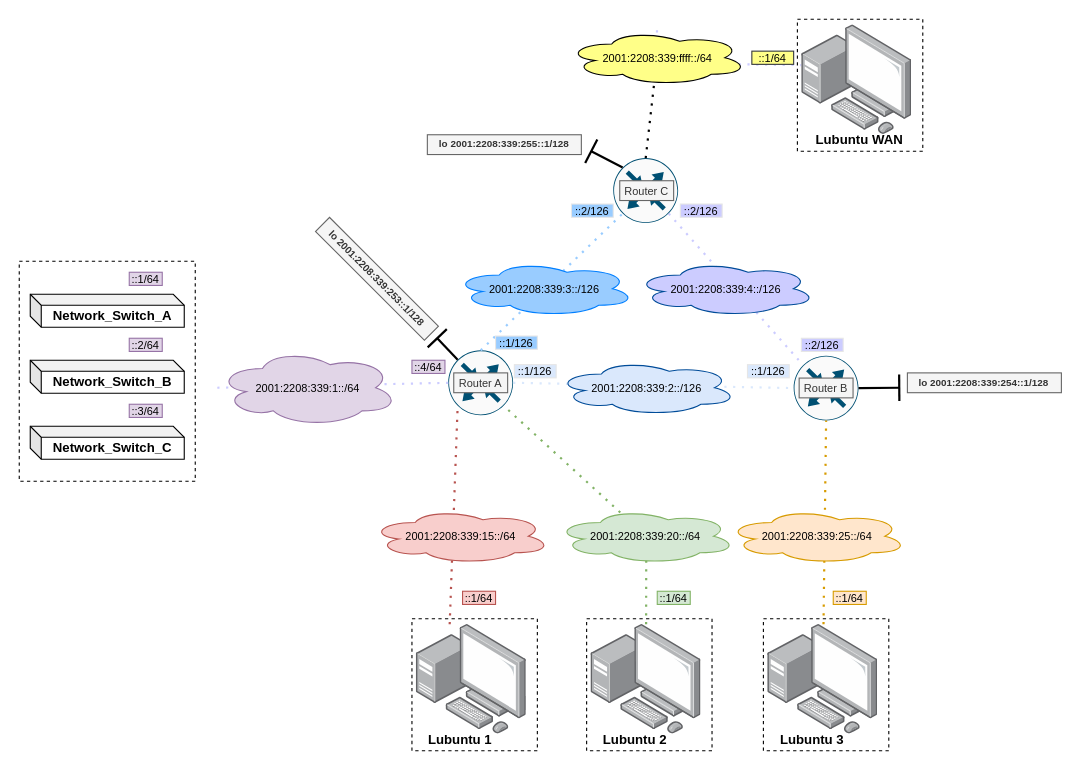
Kjersheim/DataNetworksIntro2023 keeps this draw.io diagram as page "Page-6" (4 of 4) of documentation/E16/E16NetworkCharts.drawio. Above is the earlier version. Source tidied: cells renumbered, new cells numbered last; positions are measured from the earlier drawing's top-left corner, leaving out a move shared by most shapes. Both pictures are drawn from the tidied source at 110%, with x=0, y=0 at pixel (19, 19).
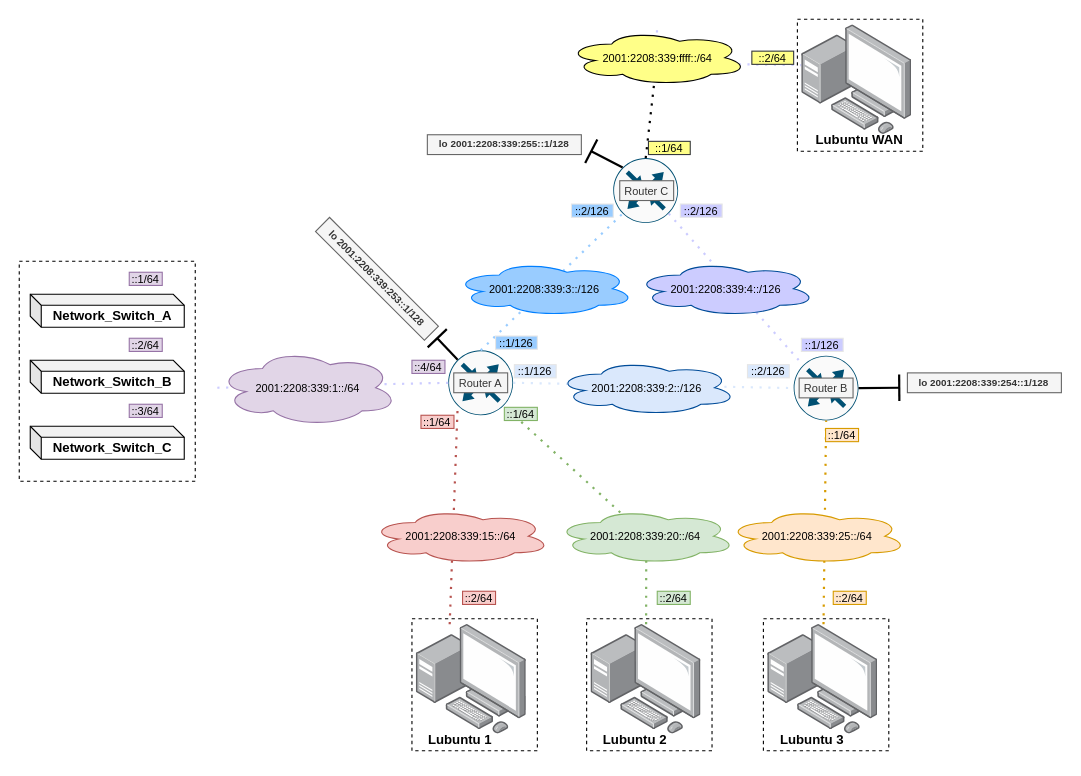
The same page after the edit.

The edit, as a diff of the source:
```diff
@@
-    <mxCell id="24" value="&lt;span style=&quot;color: rgb(0, 0, 0); font-family: Helvetica; font-size: 10px; font-style: normal; font-variant-ligatures: normal; font-variant-caps: normal; font-weight: 400; letter-spacing: normal; orphans: 2; text-indent: 0px; text-transform: none; widows: 2; word-spacing: 0px; -webkit-text-stroke-width: 0px; text-decoration-thickness: initial; text-decoration-style: initial; text-decoration-color: initial; float: none; display: inline !important;&quot;&gt;::1/64&lt;/span&gt;" style="text;whiteSpace=wrap;html=1;fontSize=10;fillColor=#f8cecc;strokeColor=#b85450;fillStyle=solid;verticalAlign=middle;align=center;" parent="1" vertex="1">
+    <mxCell id="24" value="&lt;span style=&quot;color: rgb(0, 0, 0); font-family: Helvetica; font-size: 10px; font-style: normal; font-variant-ligatures: normal; font-variant-caps: normal; font-weight: 400; letter-spacing: normal; orphans: 2; text-indent: 0px; text-transform: none; widows: 2; word-spacing: 0px; -webkit-text-stroke-width: 0px; text-decoration-thickness: initial; text-decoration-style: initial; text-decoration-color: initial; float: none; display: inline !important;&quot;&gt;::2/64&lt;/span&gt;" style="text;whiteSpace=wrap;html=1;fontSize=10;fillColor=#f8cecc;strokeColor=#b85450;fillStyle=solid;verticalAlign=middle;align=center;" parent="1" vertex="1">
       <mxGeometry x="403" y="520" width="30" height="12" as="geometry" />
     </mxCell>
@@
-    <mxCell id="42" value="&lt;span style=&quot;color: rgb(0, 0, 0); font-family: Helvetica; font-size: 10px; font-style: normal; font-variant-ligatures: normal; font-variant-caps: normal; font-weight: 400; letter-spacing: normal; orphans: 2; text-indent: 0px; text-transform: none; widows: 2; word-spacing: 0px; -webkit-text-stroke-width: 0px; text-decoration-thickness: initial; text-decoration-style: initial; text-decoration-color: initial; float: none; display: inline !important;&quot;&gt;::1/64&lt;/span&gt;" style="text;whiteSpace=wrap;html=1;fontSize=10;fillColor=#d5e8d4;strokeColor=#82b366;fillStyle=solid;verticalAlign=middle;align=center;" parent="1" vertex="1">
+    <mxCell id="42" value="&lt;span style=&quot;color: rgb(0, 0, 0); font-family: Helvetica; font-size: 10px; font-style: normal; font-variant-ligatures: normal; font-variant-caps: normal; font-weight: 400; letter-spacing: normal; orphans: 2; text-indent: 0px; text-transform: none; widows: 2; word-spacing: 0px; -webkit-text-stroke-width: 0px; text-decoration-thickness: initial; text-decoration-style: initial; text-decoration-color: initial; float: none; display: inline !important;&quot;&gt;::2/64&lt;/span&gt;" style="text;whiteSpace=wrap;html=1;fontSize=10;fillColor=#d5e8d4;strokeColor=#82b366;fillStyle=solid;verticalAlign=middle;align=center;" parent="1" vertex="1">
       <mxGeometry x="580" y="520" width="30" height="12" as="geometry" />
     </mxCell>
-    <mxCell id="43" value="&lt;span style=&quot;color: rgb(0, 0, 0); font-family: Helvetica; font-size: 10px; font-style: normal; font-variant-ligatures: normal; font-variant-caps: normal; font-weight: 400; letter-spacing: normal; orphans: 2; text-indent: 0px; text-transform: none; widows: 2; word-spacing: 0px; -webkit-text-stroke-width: 0px; text-decoration-thickness: initial; text-decoration-style: initial; text-decoration-color: initial; float: none; display: inline !important;&quot;&gt;::1/64&lt;/span&gt;" style="text;whiteSpace=wrap;html=1;fontSize=10;fillColor=#ffe6cc;strokeColor=#d79b00;fillStyle=solid;verticalAlign=middle;align=center;" parent="1" vertex="1">
+    <mxCell id="43" value="&lt;span style=&quot;color: rgb(0, 0, 0); font-family: Helvetica; font-size: 10px; font-style: normal; font-variant-ligatures: normal; font-variant-caps: normal; font-weight: 400; letter-spacing: normal; orphans: 2; text-indent: 0px; text-transform: none; widows: 2; word-spacing: 0px; -webkit-text-stroke-width: 0px; text-decoration-thickness: initial; text-decoration-style: initial; text-decoration-color: initial; float: none; display: inline !important;&quot;&gt;::2/64&lt;/span&gt;" style="text;whiteSpace=wrap;html=1;fontSize=10;fillColor=#ffe6cc;strokeColor=#d79b00;fillStyle=solid;verticalAlign=middle;align=center;" parent="1" vertex="1">
       <mxGeometry x="740" y="520" width="30" height="12" as="geometry" />
     </mxCell>
@@
-    <mxCell id="46" value="&lt;span style=&quot;color: rgb(0, 0, 0); font-family: Helvetica; font-size: 10px; font-style: normal; font-variant-ligatures: normal; font-variant-caps: normal; font-weight: 400; letter-spacing: normal; orphans: 2; text-indent: 0px; text-transform: none; widows: 2; word-spacing: 0px; -webkit-text-stroke-width: 0px; text-decoration-thickness: initial; text-decoration-style: initial; text-decoration-color: initial; float: none; display: inline !important;&quot;&gt;::2/126&lt;/span&gt;" style="text;whiteSpace=wrap;html=1;fontSize=10;fillColor=#CCCCFF;verticalAlign=middle;align=center;strokeColor=#E6E6E6;" parent="1" vertex="1">
+    <mxCell id="46" value="&lt;span style=&quot;color: rgb(0, 0, 0); font-family: Helvetica; font-size: 10px; font-style: normal; font-variant-ligatures: normal; font-variant-caps: normal; font-weight: 400; letter-spacing: normal; orphans: 2; text-indent: 0px; text-transform: none; widows: 2; word-spacing: 0px; -webkit-text-stroke-width: 0px; text-decoration-thickness: initial; text-decoration-style: initial; text-decoration-color: initial; float: none; display: inline !important;&quot;&gt;::1/126&lt;/span&gt;" style="text;whiteSpace=wrap;html=1;fontSize=10;fillColor=#CCCCFF;verticalAlign=middle;align=center;strokeColor=#E6E6E6;" parent="1" vertex="1">
       <mxGeometry x="711" y="290" width="38" height="12" as="geometry" />
     </mxCell>
@@
-    <mxCell id="48" value="&lt;span style=&quot;color: rgb(0, 0, 0); font-family: Helvetica; font-size: 10px; font-style: normal; font-variant-ligatures: normal; font-variant-caps: normal; font-weight: 400; letter-spacing: normal; orphans: 2; text-indent: 0px; text-transform: none; widows: 2; word-spacing: 0px; -webkit-text-stroke-width: 0px; text-decoration-thickness: initial; text-decoration-style: initial; text-decoration-color: initial; float: none; display: inline !important;&quot;&gt;::1/126&lt;/span&gt;" style="text;whiteSpace=wrap;html=1;fontSize=10;fillColor=#DAE8FC;align=center;verticalAlign=middle;strokeColor=#E6E6E6;" parent="1" vertex="1">
+    <mxCell id="48" value="&lt;span style=&quot;color: rgb(0, 0, 0); font-family: Helvetica; font-size: 10px; font-style: normal; font-variant-ligatures: normal; font-variant-caps: normal; font-weight: 400; letter-spacing: normal; orphans: 2; text-indent: 0px; text-transform: none; widows: 2; word-spacing: 0px; -webkit-text-stroke-width: 0px; text-decoration-thickness: initial; text-decoration-style: initial; text-decoration-color: initial; float: none; display: inline !important;&quot;&gt;::2/126&lt;/span&gt;" style="text;whiteSpace=wrap;html=1;fontSize=10;fillColor=#DAE8FC;align=center;verticalAlign=middle;strokeColor=#E6E6E6;" parent="1" vertex="1">
       <mxGeometry x="662" y="314" width="38" height="12" as="geometry" />
     </mxCell>
@@
-    <mxCell id="58" value="&lt;span style=&quot;color: rgb(0, 0, 0); font-family: Helvetica; font-size: 10px; font-style: normal; font-variant-ligatures: normal; font-variant-caps: normal; font-weight: 400; letter-spacing: normal; orphans: 2; text-indent: 0px; text-transform: none; widows: 2; word-spacing: 0px; -webkit-text-stroke-width: 0px; text-decoration-thickness: initial; text-decoration-style: initial; text-decoration-color: initial; float: none; display: inline !important;&quot;&gt;::1/64&lt;/span&gt;" style="text;whiteSpace=wrap;html=1;fontSize=10;fillColor=#ffff88;verticalAlign=middle;align=center;strokeColor=#36393d;" parent="1" vertex="1">
+    <mxCell id="58" value="&lt;span style=&quot;color: rgb(0, 0, 0); font-family: Helvetica; font-size: 10px; font-style: normal; font-variant-ligatures: normal; font-variant-caps: normal; font-weight: 400; letter-spacing: normal; orphans: 2; text-indent: 0px; text-transform: none; widows: 2; word-spacing: 0px; -webkit-text-stroke-width: 0px; text-decoration-thickness: initial; text-decoration-style: initial; text-decoration-color: initial; float: none; display: inline !important;&quot;&gt;::2/64&lt;/span&gt;" style="text;whiteSpace=wrap;html=1;fontSize=10;fillColor=#ffff88;verticalAlign=middle;align=center;strokeColor=#36393d;" parent="1" vertex="1">
       <mxGeometry x="666" y="29" width="38" height="12" as="geometry" />
     </mxCell>
@@
+    <mxCell id="61" value="&lt;span style=&quot;color: rgb(0, 0, 0); font-family: Helvetica; font-size: 10px; font-style: normal; font-variant-ligatures: normal; font-variant-caps: normal; font-weight: 400; letter-spacing: normal; orphans: 2; text-indent: 0px; text-transform: none; widows: 2; word-spacing: 0px; -webkit-text-stroke-width: 0px; text-decoration-thickness: initial; text-decoration-style: initial; text-decoration-color: initial; float: none; display: inline !important;&quot;&gt;::1/64&lt;/span&gt;" style="text;whiteSpace=wrap;html=1;fontSize=10;fillColor=#ffff88;verticalAlign=middle;align=center;strokeColor=#36393d;" parent="1" vertex="1">
+      <mxGeometry x="572" y="111" width="38" height="12" as="geometry" />
+    </mxCell>
+    <mxCell id="62" value="&lt;span style=&quot;color: rgb(0, 0, 0); font-family: Helvetica; font-size: 10px; font-style: normal; font-variant-ligatures: normal; font-variant-caps: normal; font-weight: 400; letter-spacing: normal; orphans: 2; text-indent: 0px; text-transform: none; widows: 2; word-spacing: 0px; -webkit-text-stroke-width: 0px; text-decoration-thickness: initial; text-decoration-style: initial; text-decoration-color: initial; float: none; display: inline !important;&quot;&gt;::1/64&lt;/span&gt;" style="text;whiteSpace=wrap;html=1;fontSize=10;fillColor=#d5e8d4;strokeColor=#82b366;fillStyle=solid;verticalAlign=middle;align=center;" parent="1" vertex="1">
+      <mxGeometry x="441" y="352.8" width="30" height="12" as="geometry" />
+    </mxCell>
+    <mxCell id="63" value="&lt;span style=&quot;color: rgb(0, 0, 0); font-family: Helvetica; font-size: 10px; font-style: normal; font-variant-ligatures: normal; font-variant-caps: normal; font-weight: 400; letter-spacing: normal; orphans: 2; text-indent: 0px; text-transform: none; widows: 2; word-spacing: 0px; -webkit-text-stroke-width: 0px; text-decoration-thickness: initial; text-decoration-style: initial; text-decoration-color: initial; float: none; display: inline !important;&quot;&gt;::1/64&lt;/span&gt;" style="text;whiteSpace=wrap;html=1;fontSize=10;fillColor=#f8cecc;strokeColor=#b85450;fillStyle=solid;verticalAlign=middle;align=center;" parent="1" vertex="1">
+      <mxGeometry x="365.2" y="360" width="30" height="12" as="geometry" />
+    </mxCell>
+    <mxCell id="64" value="&lt;span style=&quot;color: rgb(0, 0, 0); font-family: Helvetica; font-size: 10px; font-style: normal; font-variant-ligatures: normal; font-variant-caps: normal; font-weight: 400; letter-spacing: normal; orphans: 2; text-indent: 0px; text-transform: none; widows: 2; word-spacing: 0px; -webkit-text-stroke-width: 0px; text-decoration-thickness: initial; text-decoration-style: initial; text-decoration-color: initial; float: none; display: inline !important;&quot;&gt;::1/64&lt;/span&gt;" style="text;whiteSpace=wrap;html=1;fontSize=10;fillColor=#ffe6cc;strokeColor=#d79b00;fillStyle=solid;verticalAlign=middle;align=center;" parent="1" vertex="1">
+      <mxGeometry x="733" y="372" width="30" height="12" as="geometry" />
+    </mxCell>
```
